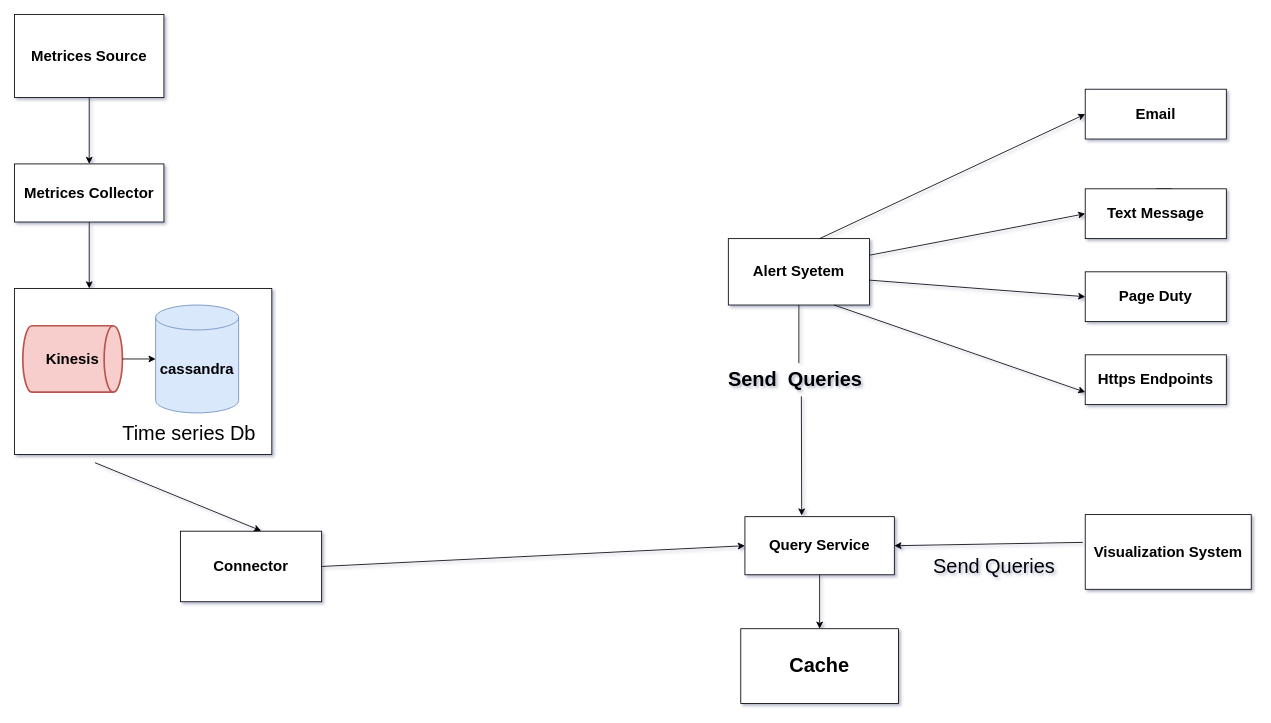
This is Untitled Diagram.drawio from Tarunagg1/draw, a draw.io file, before an edit. Source tidied: cells renumbered, new cells numbered last; positions are measured from the earlier drawing's top-left corner, leaving out a move shared by most shapes. Both pictures are drawn from the tidied source at 83%, with x=0, y=0 at pixel (14, 14).
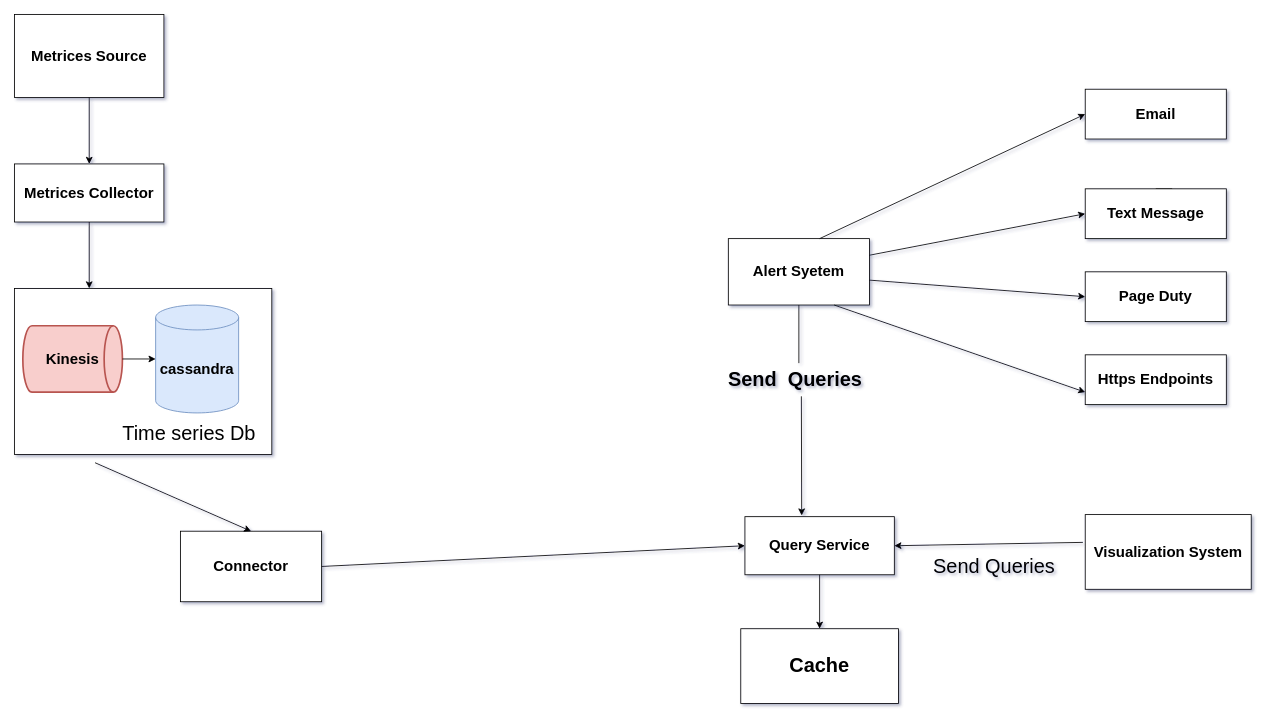
The same diagram, later.

Unchanged cells that the change refers to:
```xml
<mxCell id="5" value="&lt;b&gt;&lt;font style=&quot;font-size: 18px&quot;&gt;Connector&lt;/font&gt;&lt;/b&gt;" style="rounded=0;whiteSpace=wrap;html=1;" parent="1" vertex="1">
  <mxGeometry x="200" y="622.5" width="170" height="85" as="geometry" />
</mxCell>
```

The edit, as a diff of the source:
```diff
@@
-    <mxCell id="23" style="endArrow=classic;html=1;rounded=1;fontSize=24;entryX=0.571;entryY=-0.006;entryDx=0;entryDy=0;entryPerimeter=0;" parent="1" edge="1" target="5">
+    <mxCell id="23" style="endArrow=classic;html=1;rounded=1;fontSize=24;entryX=0.5;entryY=0;entryDx=0;entryDy=0;" parent="1" edge="1" target="5">
       <mxGeometry relative="1" as="geometry">
         <mxPoint x="97" y="540" as="sourcePoint" />
       </mxGeometry>
     </mxCell>
```
